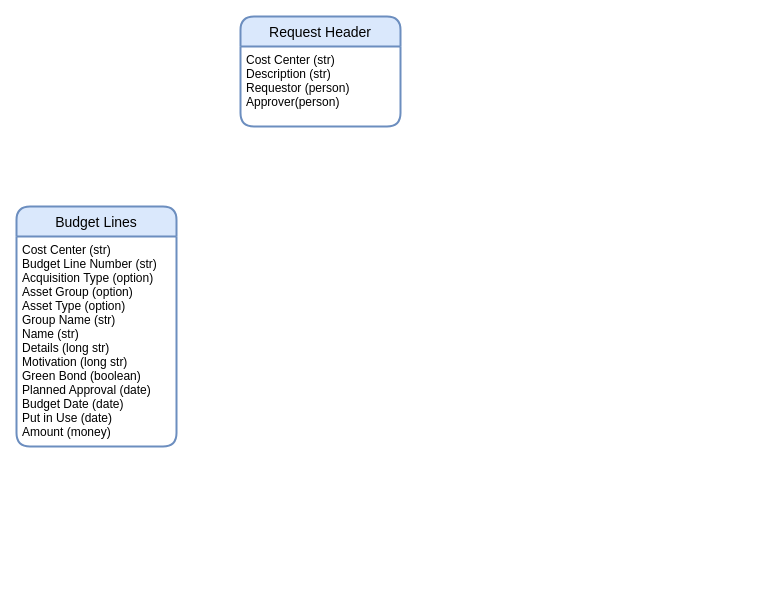
The draw.io diagram Asset App.drawio in ravit73/shared, before the edit. Source tidied: cells renumbered, new cells numbered last; positions are measured from the earlier drawing's top-left corner, leaving out a move shared by most shapes. Both pictures are drawn from the tidied source at 100%, with x=0, y=0 at pixel (16, 16).
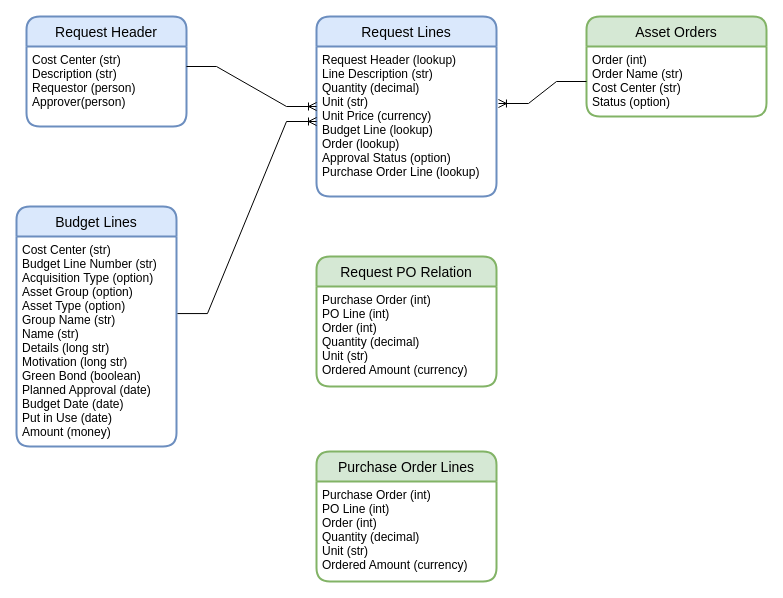
The same page after the edit.

The edit, as a diff of the source:
```diff
@@
 <mxGraphModel>
   <root>
     <mxCell id="0" />
     <mxCell id="1" parent="0" />
     <mxCell id="2" value="Budget Lines" style="swimlane;horizontal=1;startSize=30;rounded=1;fontSize=14;fontStyle=0;strokeWidth=2;shadow=0;dashed=0;align=center;fillColor=#dae8fc;strokeColor=#6c8ebf;" parent="1" vertex="1">
       <mxGeometry y="190" width="160" height="240" as="geometry" />
     </mxCell>
     <mxCell id="3" value="Cost Center (str)&#10;Budget Line Number (str)&#10;Acquisition Type (option)&#10;Asset Group (option)&#10;Asset Type (option)&#10;Group Name (str)&#10;Name (str)&#10;Details (long str)&#10;Motivation (long str)&#10;Green Bond (boolean)&#10;Planned Approval (date)&#10;Budget Date (date)&#10;Put in Use (date)&#10;Amount (money)&#10;&#10;&#10;&#10;&#10;&#10;&#10;" style="align=left;strokeColor=none;fillColor=none;spacingLeft=4;fontSize=12;verticalAlign=top;" parent="2" vertex="1">
       <mxGeometry y="30" width="160" height="210" as="geometry" />
     </mxCell>
     <mxCell id="4" value="Request Header" style="swimlane;horizontal=1;startSize=30;rounded=1;fontSize=14;fontStyle=0;strokeWidth=2;shadow=0;dashed=0;align=center;fillColor=#dae8fc;strokeColor=#6c8ebf;" parent="1" vertex="1">
-      <mxGeometry x="224" width="160" height="110" as="geometry" />
+      <mxGeometry x="10" width="160" height="110" as="geometry" />
     </mxCell>
     <mxCell id="5" value="Cost Center (str)&#10;Description (str)&#10;Requestor (person)&#10;Approver(person)&#10;&#10;&#10;&#10;&#10;&#10;&#10;" style="align=left;strokeColor=none;fillColor=none;spacingLeft=4;fontSize=12;verticalAlign=top;" parent="4" vertex="1">
       <mxGeometry y="30" width="160" height="80" as="geometry" />
     </mxCell>
+    <mxCell id="6" value="Request Lines" style="swimlane;horizontal=1;startSize=30;rounded=1;fontSize=14;fontStyle=0;strokeWidth=2;shadow=0;dashed=0;align=center;fillColor=#dae8fc;strokeColor=#6c8ebf;" parent="1" vertex="1">
+      <mxGeometry x="300" width="180" height="180" as="geometry" />
+    </mxCell>
+    <mxCell id="7" value="Request Header (lookup)&#10;Line Description (str)&#10;Quantity (decimal)&#10;Unit (str)&#10;Unit Price (currency)&#10;Budget Line (lookup)&#10;Order (lookup)&#10;Approval Status (option)&#10;Purchase Order Line (lookup)&#10;&#10;&#10;&#10;&#10;&#10;&#10;" style="align=left;strokeColor=none;fillColor=none;spacingLeft=4;fontSize=12;verticalAlign=top;" parent="6" vertex="1">
+      <mxGeometry y="30" width="180" height="150" as="geometry" />
+    </mxCell>
+    <mxCell id="8" style="edgeStyle=entityRelationEdgeStyle;fontSize=12;html=1;endArrow=ERoneToMany;rounded=0;entryX=0;entryY=0.5;entryDx=0;entryDy=0;exitX=1;exitY=0.25;exitDx=0;exitDy=0;" parent="1" edge="1" source="5" target="6">
+      <mxGeometry relative="1" as="geometry" />
+    </mxCell>
+    <mxCell id="9" style="edgeStyle=entityRelationEdgeStyle;fontSize=12;html=1;endArrow=ERoneToMany;rounded=0;exitX=1.006;exitY=0.367;exitDx=0;exitDy=0;exitPerimeter=0;entryX=0;entryY=0.5;entryDx=0;entryDy=0;" parent="1" edge="1" source="3" target="7">
+      <mxGeometry relative="1" as="geometry" />
+    </mxCell>
+    <mxCell id="10" value="Purchase Order Lines" style="swimlane;horizontal=1;startSize=30;rounded=1;fontSize=14;fontStyle=0;strokeWidth=2;shadow=0;dashed=0;align=center;fillColor=#d5e8d4;strokeColor=#82b366;" parent="1" vertex="1">
+      <mxGeometry x="300" y="435" width="180" height="130" as="geometry" />
+    </mxCell>
+    <mxCell id="11" value="Purchase Order (int)&#10;PO Line (int)&#10;Order (int)&#10;Quantity (decimal)&#10;Unit (str)&#10;Ordered Amount (currency)&#10;&#10;&#10;&#10;&#10;&#10;&#10;" style="align=left;strokeColor=none;fillColor=none;spacingLeft=4;fontSize=12;verticalAlign=top;" parent="10" vertex="1">
+      <mxGeometry y="30" width="180" height="100" as="geometry" />
+    </mxCell>
+    <mxCell id="12" value="Asset Orders" style="swimlane;horizontal=1;startSize=30;rounded=1;fontSize=14;fontStyle=0;strokeWidth=2;shadow=0;dashed=0;align=center;fillColor=#d5e8d4;strokeColor=#82b366;" parent="1" vertex="1">
+      <mxGeometry x="570" width="180" height="100" as="geometry" />
+    </mxCell>
+    <mxCell id="13" value="Order (int)&#10;Order Name (str)&#10;Cost Center (str)&#10;Status (option)&#10;&#10;&#10;&#10;&#10;&#10;&#10;" style="align=left;strokeColor=none;fillColor=none;spacingLeft=4;fontSize=12;verticalAlign=top;" parent="12" vertex="1">
+      <mxGeometry y="30" width="180" height="70" as="geometry" />
+    </mxCell>
+    <mxCell id="14" style="edgeStyle=entityRelationEdgeStyle;fontSize=12;html=1;endArrow=ERoneToMany;rounded=0;entryX=1.011;entryY=0.38;entryDx=0;entryDy=0;entryPerimeter=0;" parent="1" edge="1" source="13" target="7">
+      <mxGeometry relative="1" as="geometry" />
+    </mxCell>
+    <mxCell id="15" value="Request PO Relation" style="swimlane;horizontal=1;startSize=30;rounded=1;fontSize=14;fontStyle=0;strokeWidth=2;shadow=0;dashed=0;align=center;fillColor=#d5e8d4;strokeColor=#82b366;" parent="1" vertex="1">
+      <mxGeometry x="300" y="240" width="180" height="130" as="geometry" />
+    </mxCell>
+    <mxCell id="16" value="Purchase Order (int)&#10;PO Line (int)&#10;Order (int)&#10;Quantity (decimal)&#10;Unit (str)&#10;Ordered Amount (currency)&#10;&#10;&#10;&#10;&#10;&#10;&#10;" style="align=left;strokeColor=none;fillColor=none;spacingLeft=4;fontSize=12;verticalAlign=top;" parent="15" vertex="1">
+      <mxGeometry y="30" width="180" height="100" as="geometry" />
+    </mxCell>
   </root>
 </mxGraphModel>
```
